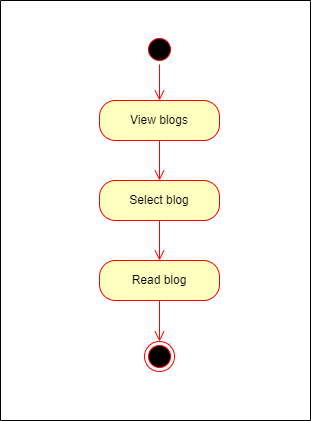
iprosenjitp/Tech-School keeps this draw.io diagram as Materials/Activity Diagrams/AD_View Blog.png. Above is the earlier version. Source tidied: cells renumbered, new cells last; positions are measured from the earlier drawing's top-left corner, leaving out a move shared by most shapes. Its diagram source:
```xml
<mxGraphModel background="#ffffff">
  <root>
    <mxCell id="0" />
    <mxCell id="1" parent="0" />
    <mxCell id="2" value="View blogs" style="rounded=1;whiteSpace=wrap;html=1;arcSize=40;fontColor=#000000;fillColor=#ffffc0;strokeColor=#ff0000;" parent="1" vertex="1">
      <mxGeometry x="99" y="100" width="120" height="40" as="geometry" />
    </mxCell>
    <mxCell id="3" style="edgeStyle=orthogonalEdgeStyle;html=1;verticalAlign=bottom;endArrow=open;endSize=8;strokeColor=#ff0000;rounded=0;entryX=0.5;entryY=0;entryDx=0;entryDy=0;" parent="1" edge="1" source="2" target="6">
      <mxGeometry relative="1" as="geometry" />
    </mxCell>
    <mxCell id="4" style="ellipse;html=1;shape=startState;fillColor=#000000;strokeColor=#ff0000;" parent="1" vertex="1">
      <mxGeometry x="144" y="34" width="30" height="30" as="geometry" />
    </mxCell>
    <mxCell id="5" style="edgeStyle=orthogonalEdgeStyle;html=1;verticalAlign=bottom;endArrow=open;endSize=8;strokeColor=#ff0000;rounded=0;entryX=0.5;entryY=0;entryDx=0;entryDy=0;" parent="1" edge="1" source="4" target="2">
      <mxGeometry relative="1" as="geometry" />
    </mxCell>
    <mxCell id="6" value="Select blog" style="rounded=1;whiteSpace=wrap;html=1;arcSize=40;fontColor=#000000;fillColor=#ffffc0;strokeColor=#ff0000;" parent="1" vertex="1">
      <mxGeometry x="99" y="180" width="120" height="40" as="geometry" />
    </mxCell>
    <mxCell id="7" style="edgeStyle=orthogonalEdgeStyle;html=1;verticalAlign=bottom;endArrow=open;endSize=8;strokeColor=#ff0000;rounded=0;entryX=0.5;entryY=0;entryDx=0;entryDy=0;" parent="1" edge="1" source="6" target="8">
      <mxGeometry relative="1" as="geometry" />
    </mxCell>
    <mxCell id="8" value="Read blog" style="rounded=1;whiteSpace=wrap;html=1;arcSize=40;fontColor=#000000;fillColor=#ffffc0;strokeColor=#ff0000;" parent="1" vertex="1">
      <mxGeometry x="99" y="260" width="120" height="40" as="geometry" />
    </mxCell>
    <mxCell id="9" style="edgeStyle=orthogonalEdgeStyle;html=1;verticalAlign=bottom;endArrow=open;endSize=8;strokeColor=#ff0000;rounded=0;entryX=0.5;entryY=0;entryDx=0;entryDy=0;" parent="1" edge="1" source="8" target="10">
      <mxGeometry relative="1" as="geometry" />
    </mxCell>
    <mxCell id="10" style="ellipse;html=1;shape=endState;fillColor=#000000;strokeColor=#ff0000;" parent="1" vertex="1">
      <mxGeometry x="144" y="341" width="30" height="30" as="geometry" />
    </mxCell>
    <mxCell id="11" style="swimlane;startSize=0;" parent="1" vertex="1">
      <mxGeometry width="310" height="420" as="geometry" />
    </mxCell>
  </root>
</mxGraphModel>
```
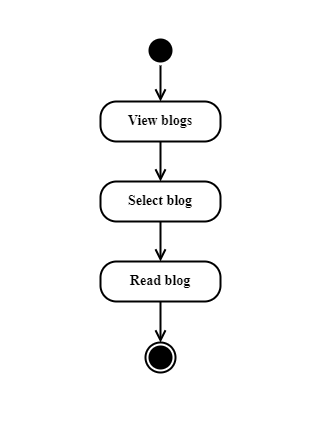
The same diagram one commit later.

Diff of the diagram source:
```diff
@@ -2,34 +2,34 @@
   <root>
     <mxCell id="0" />
     <mxCell id="1" parent="0" />
-    <mxCell id="2" value="View blogs" style="rounded=1;whiteSpace=wrap;html=1;arcSize=40;fontColor=#000000;fillColor=#ffffc0;strokeColor=#ff0000;" parent="1" vertex="1">
+    <mxCell id="2" value="View blogs" style="rounded=1;whiteSpace=wrap;html=1;arcSize=40;fontFamily=Times New Roman;fontStyle=1;fontSize=14;strokeWidth=2;" parent="1" vertex="1">
       <mxGeometry x="99" y="100" width="120" height="40" as="geometry" />
     </mxCell>
-    <mxCell id="3" style="edgeStyle=orthogonalEdgeStyle;html=1;verticalAlign=bottom;endArrow=open;endSize=8;strokeColor=#ff0000;rounded=0;entryX=0.5;entryY=0;entryDx=0;entryDy=0;" parent="1" edge="1" source="2" target="6">
+    <mxCell id="3" style="edgeStyle=orthogonalEdgeStyle;html=1;verticalAlign=bottom;endArrow=open;endSize=8;rounded=0;entryX=0.5;entryY=0;entryDx=0;entryDy=0;fontFamily=Times New Roman;fontStyle=1;fontSize=14;strokeWidth=2;" parent="1" edge="1" source="2" target="6">
       <mxGeometry relative="1" as="geometry" />
     </mxCell>
-    <mxCell id="4" style="ellipse;html=1;shape=startState;fillColor=#000000;strokeColor=#ff0000;" parent="1" vertex="1">
+    <mxCell id="4" style="ellipse;html=1;shape=startState;fontFamily=Times New Roman;fontStyle=1;fontSize=14;strokeWidth=2;fillColor=#000000;" parent="1" vertex="1">
       <mxGeometry x="144" y="34" width="30" height="30" as="geometry" />
     </mxCell>
-    <mxCell id="5" style="edgeStyle=orthogonalEdgeStyle;html=1;verticalAlign=bottom;endArrow=open;endSize=8;strokeColor=#ff0000;rounded=0;entryX=0.5;entryY=0;entryDx=0;entryDy=0;" parent="1" edge="1" source="4" target="2">
+    <mxCell id="5" style="edgeStyle=orthogonalEdgeStyle;html=1;verticalAlign=bottom;endArrow=open;endSize=8;rounded=0;entryX=0.5;entryY=0;entryDx=0;entryDy=0;fontFamily=Times New Roman;fontStyle=1;fontSize=14;strokeWidth=2;" parent="1" edge="1" source="4" target="2">
       <mxGeometry relative="1" as="geometry" />
     </mxCell>
-    <mxCell id="6" value="Select blog" style="rounded=1;whiteSpace=wrap;html=1;arcSize=40;fontColor=#000000;fillColor=#ffffc0;strokeColor=#ff0000;" parent="1" vertex="1">
+    <mxCell id="6" value="Select blog" style="rounded=1;whiteSpace=wrap;html=1;arcSize=40;fontFamily=Times New Roman;fontStyle=1;fontSize=14;strokeWidth=2;" parent="1" vertex="1">
       <mxGeometry x="99" y="180" width="120" height="40" as="geometry" />
     </mxCell>
-    <mxCell id="7" style="edgeStyle=orthogonalEdgeStyle;html=1;verticalAlign=bottom;endArrow=open;endSize=8;strokeColor=#ff0000;rounded=0;entryX=0.5;entryY=0;entryDx=0;entryDy=0;" parent="1" edge="1" source="6" target="8">
+    <mxCell id="7" style="edgeStyle=orthogonalEdgeStyle;html=1;verticalAlign=bottom;endArrow=open;endSize=8;rounded=0;entryX=0.5;entryY=0;entryDx=0;entryDy=0;fontFamily=Times New Roman;fontStyle=1;fontSize=14;strokeWidth=2;" parent="1" edge="1" source="6" target="8">
       <mxGeometry relative="1" as="geometry" />
     </mxCell>
-    <mxCell id="8" value="Read blog" style="rounded=1;whiteSpace=wrap;html=1;arcSize=40;fontColor=#000000;fillColor=#ffffc0;strokeColor=#ff0000;" parent="1" vertex="1">
+    <mxCell id="8" value="Read blog" style="rounded=1;whiteSpace=wrap;html=1;arcSize=40;fontFamily=Times New Roman;fontStyle=1;fontSize=14;strokeWidth=2;" parent="1" vertex="1">
       <mxGeometry x="99" y="260" width="120" height="40" as="geometry" />
     </mxCell>
-    <mxCell id="9" style="edgeStyle=orthogonalEdgeStyle;html=1;verticalAlign=bottom;endArrow=open;endSize=8;strokeColor=#ff0000;rounded=0;entryX=0.5;entryY=0;entryDx=0;entryDy=0;" parent="1" edge="1" source="8" target="10">
+    <mxCell id="9" style="edgeStyle=orthogonalEdgeStyle;html=1;verticalAlign=bottom;endArrow=open;endSize=8;rounded=0;entryX=0.5;entryY=0;entryDx=0;entryDy=0;fontFamily=Times New Roman;fontStyle=1;fontSize=14;strokeWidth=2;" parent="1" edge="1" source="8" target="10">
       <mxGeometry relative="1" as="geometry" />
     </mxCell>
-    <mxCell id="10" style="ellipse;html=1;shape=endState;fillColor=#000000;strokeColor=#ff0000;" parent="1" vertex="1">
+    <mxCell id="10" style="ellipse;html=1;shape=endState;fontFamily=Times New Roman;fontStyle=1;fontSize=14;strokeWidth=2;fillColor=#000000;" parent="1" vertex="1">
       <mxGeometry x="144" y="341" width="30" height="30" as="geometry" />
     </mxCell>
-    <mxCell id="11" style="swimlane;startSize=0;" parent="1" vertex="1">
+    <mxCell id="11" style="swimlane;startSize=0;fontFamily=Times New Roman;fontStyle=1;fontSize=14;strokeWidth=2;strokeColor=#FFFFFF;" parent="1" vertex="1">
       <mxGeometry width="310" height="420" as="geometry" />
     </mxCell>
   </root>
```
